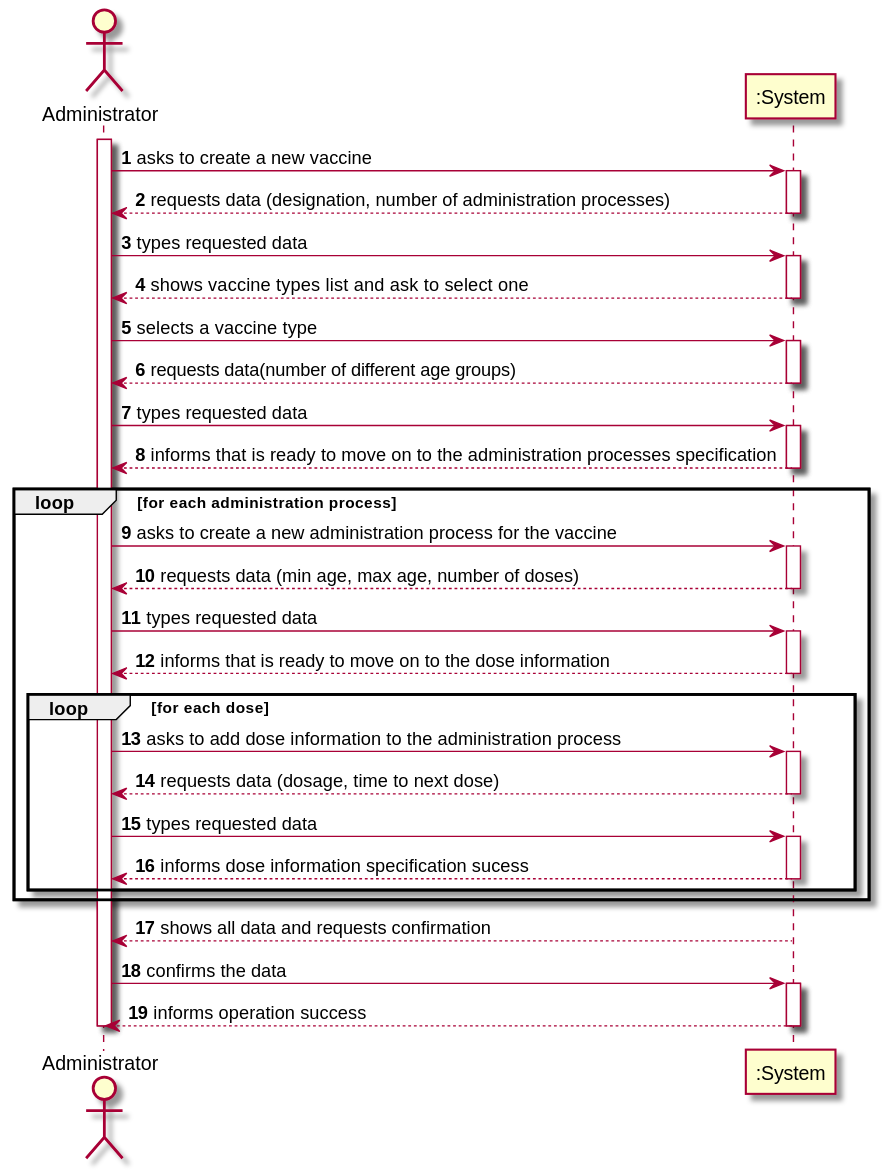
miseEnPlace-i/lapr2 keeps this PlantUML diagram as docs/SprintB/US13/SSD/US13_SSD.svg. Above is the earlier version.
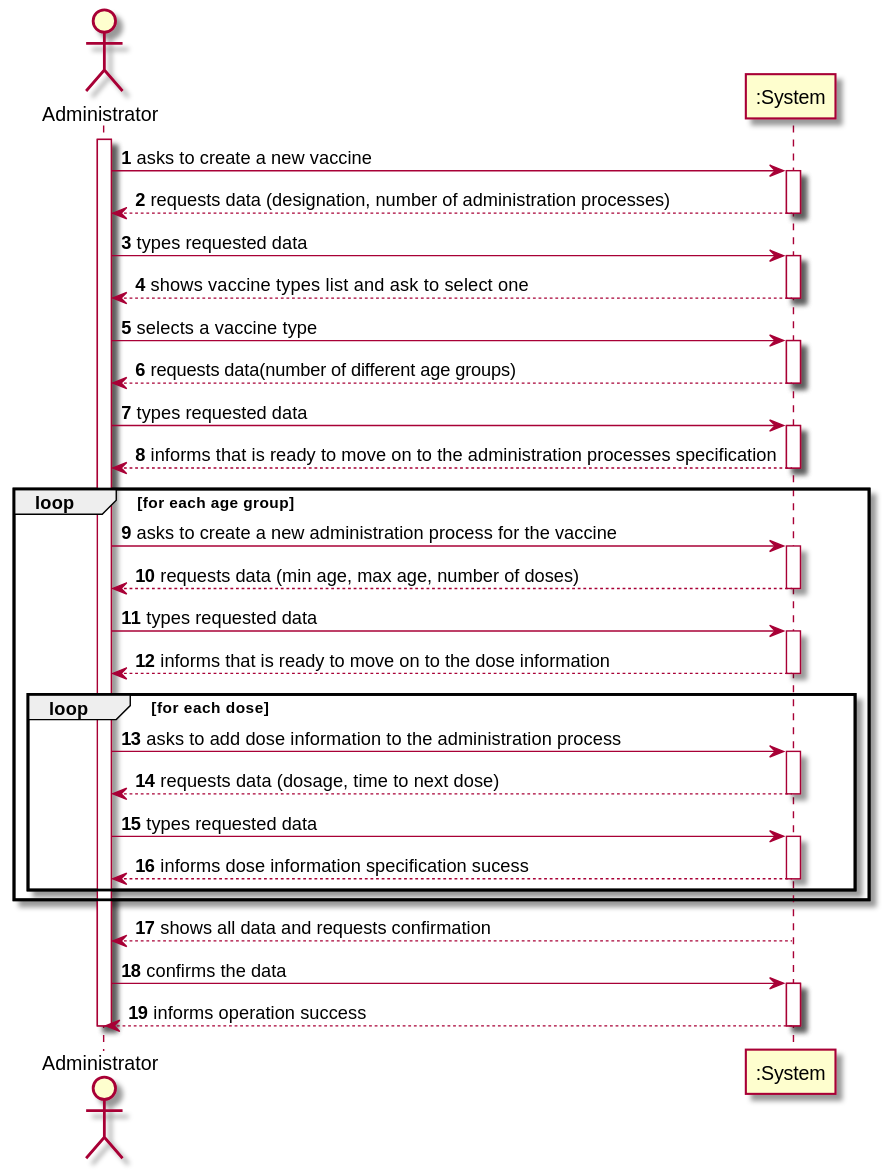
After the change.

Change to the diagram source:
```diff
@@ -24,7 +24,7 @@
 deactivate ":System"
 
 
-loop for each administration process
+loop for each age group
     OE -> ":System" : asks to create a new administration process for the vaccine
     activate ":System"
     ":System" --> OE : requests data (min age, max age, number of doses)
```
